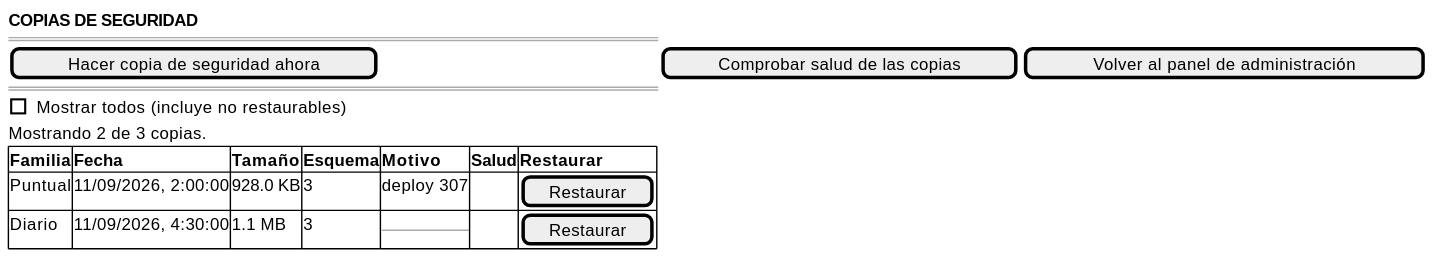
This is images/RUP/01-requisitos/03-detalle-casos-uso/consultarCopiasSeguridad/wireframe.svg from mmasias/pyCeldaPublico, a PlantUML export, as it was before one commit. The source it was exported from:
```plantuml
@startsalt consultarCopiasSeguridad-wireframe
{
    <b>COPIAS DE SEGURIDAD</b>
    ====
    [ Hacer copia de seguridad ahora ] | [ Comprobar salud de las copias ] | [ Volver al panel de administración ]
    ====
    [ ] Mostrar todos (incluye no restaurables)
    Mostrando 2 de 3 copias.
    {#
        <b>Familia | <b>Fecha | <b>Tamaño | <b>Esquema | <b>Motivo | <b>Salud | <b>Restaurar
        Puntual | 11/09/2026, 2:00:00 | 928.0 KB | 3 | deploy 307 | . | [ Restaurar ]
        Diario  | 11/09/2026, 4:30:00 | 1.1 MB   | 3 | --         | . | [ Restaurar ]
    }
}
@endsalt
```
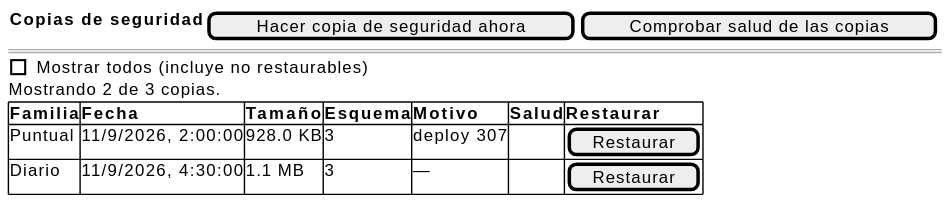
Above is the later version.

Change to the diagram source:
```diff
@@ -1,15 +1,13 @@
 @startsalt consultarCopiasSeguridad-wireframe
 {
-    <b>COPIAS DE SEGURIDAD</b>
-    ====
-    [ Hacer copia de seguridad ahora ] | [ Comprobar salud de las copias ] | [ Volver al panel de administración ]
+    { <b>Copias de seguridad</b> | [ Hacer copia de seguridad ahora ] | [ Comprobar salud de las copias ] }
     ====
     [ ] Mostrar todos (incluye no restaurables)
     Mostrando 2 de 3 copias.
     {#
         <b>Familia | <b>Fecha | <b>Tamaño | <b>Esquema | <b>Motivo | <b>Salud | <b>Restaurar
-        Puntual | 11/09/2026, 2:00:00 | 928.0 KB | 3 | deploy 307 | . | [ Restaurar ]
-        Diario  | 11/09/2026, 4:30:00 | 1.1 MB   | 3 | --         | . | [ Restaurar ]
+        Puntual | 11/9/2026, 2:00:00 | 928.0 KB | 3 | deploy 307 | . | [ Restaurar ]
+        Diario  | 11/9/2026, 4:30:00 | 1.1 MB   | 3 | —         | . | [ Restaurar ]
     }
 }
 @endsalt
```
